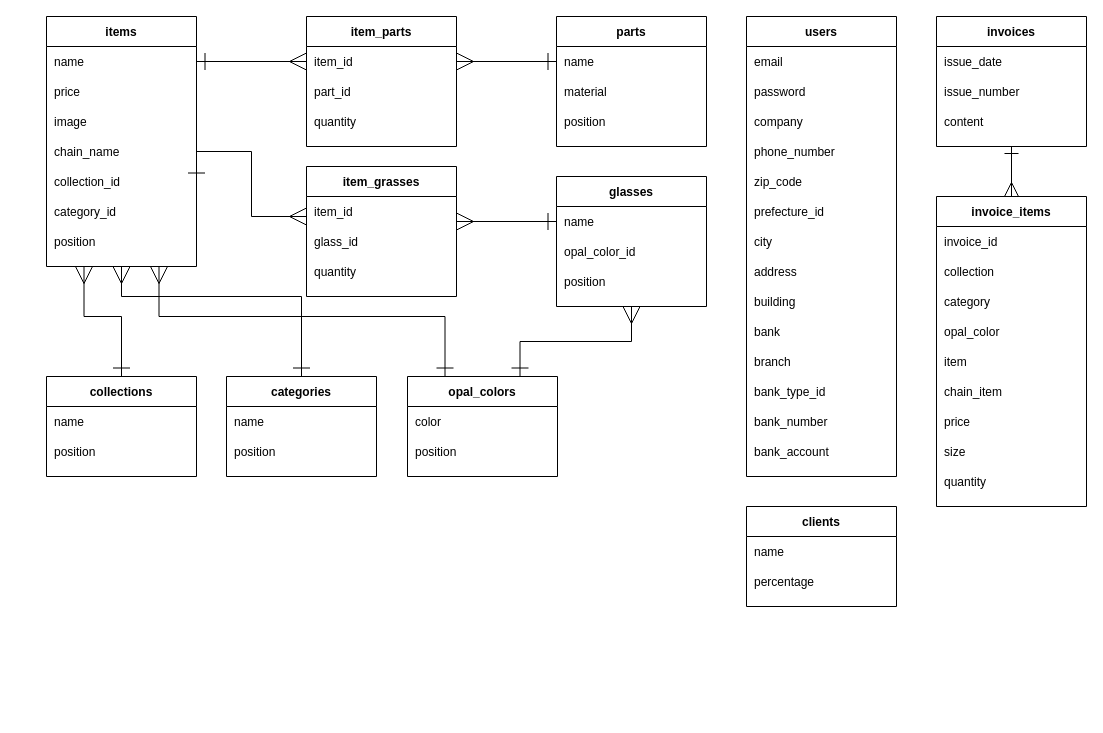
KentaroKageyama/aio_app keeps this draw.io diagram as ER.dio. Above is the earlier version. Source tidied: cells renumbered, new cells numbered last; positions are measured from the earlier drawing's top-left corner, leaving out a move shared by most shapes. Both pictures are drawn from the tidied source at 100%, with x=0, y=0 at pixel (46, 16).
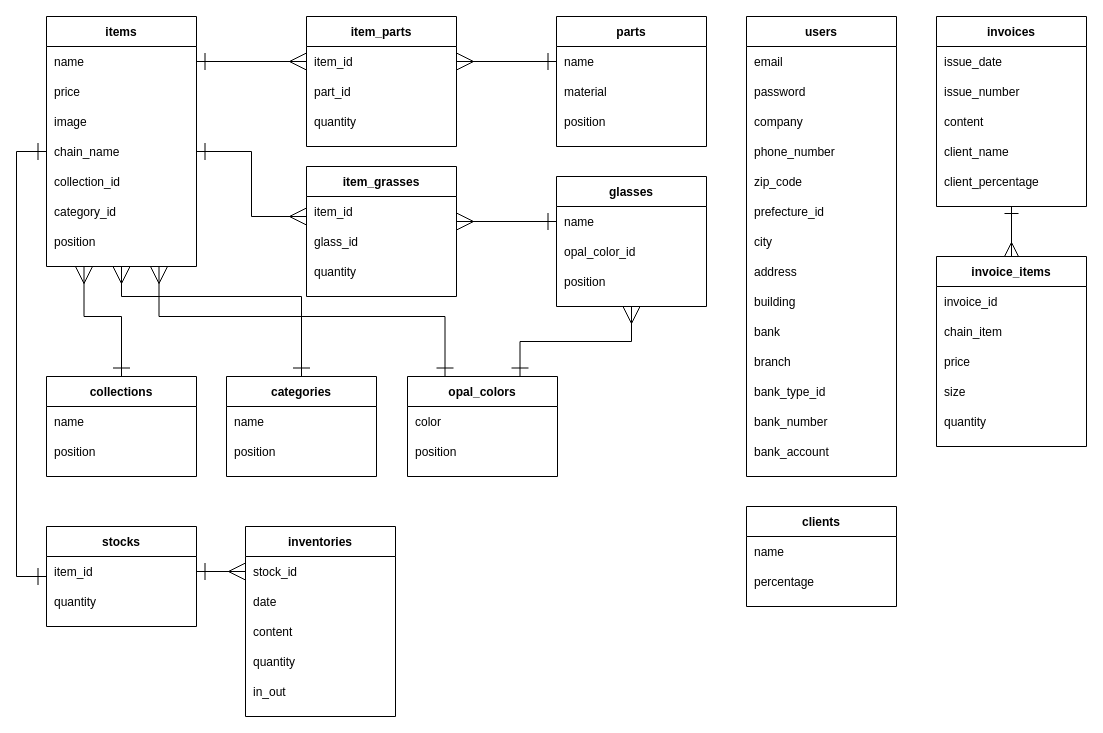
After the change.

Commit message (it also covers changes not shown here):
ER図・README編集

Unchanged cells that the change refers to:
```xml
<mxCell id="12" style="shape=partialRectangle;fillColor=none;top=0;left=0;bottom=0;right=0;points=[[0,0.5],[1,0.5]];portConstraint=eastwest;" parent="5" vertex="1">
  <mxGeometry y="120" width="150" height="30" as="geometry" />
</mxCell>
<mxCell id="14" style="shape=partialRectangle;fillColor=none;top=0;left=0;bottom=0;right=0;points=[[0,0.5],[1,0.5]];portConstraint=eastwest;" parent="5" vertex="1">
  <mxGeometry y="150" width="150" height="30" as="geometry" />
</mxCell>
```

Diff of the diagram source:
```diff
@@
-    <mxCell id="49" style="edgeStyle=orthogonalEdgeStyle;rounded=0;jettySize=auto;html=1;exitX=1;exitY=0.5;exitDx=0;exitDy=0;targetPerimeterSpacing=0;startArrow=ERone;startFill=0;endArrow=ERmany;endFill=0;endSize=15;startSize=15;" parent="1" edge="1" source="14">
+    <mxCell id="49" style="edgeStyle=orthogonalEdgeStyle;rounded=0;orthogonalLoop=1;jettySize=auto;html=1;targetPerimeterSpacing=0;startArrow=ERone;startFill=0;endArrow=ERmany;endFill=0;endSize=15;startSize=15;" parent="1" edge="1">
       <mxGeometry relative="1" as="geometry">
+        <mxPoint x="150" y="135" as="sourcePoint" />
         <mxPoint x="260" y="200" as="targetPoint" />
         <Array as="points">
           <mxPoint x="205" y="135" />
           <mxPoint x="205" y="200" />
         </Array>
       </mxGeometry>
     </mxCell>
@@
     <mxCell id="102" value="invoices" style="shape=table;startSize=30;childLayout=tableLayout;rowLines=0;fontStyle=1;align=center;" parent="1" vertex="1">
-      <mxGeometry x="890" width="150" height="130" as="geometry" />
+      <mxGeometry x="890" width="150" height="190" as="geometry" />
     </mxCell>
@@
+    <mxCell id="129" style="shape=partialRectangle;fillColor=none;top=0;left=0;bottom=0;right=0;" parent="102" vertex="1">
+      <mxGeometry y="120" width="150" height="30" as="geometry" />
+    </mxCell>
+    <mxCell id="130" value="client_name" style="shape=partialRectangle;fillColor=none;top=0;left=0;bottom=0;right=0;align=left;spacingLeft=6;overflow=hidden;" parent="129" vertex="1">
+      <mxGeometry width="150" height="30" as="geometry" />
+    </mxCell>
+    <mxCell id="131" style="shape=partialRectangle;fillColor=none;top=0;left=0;bottom=0;right=0;" parent="102" vertex="1">
+      <mxGeometry y="150" width="150" height="30" as="geometry" />
+    </mxCell>
+    <mxCell id="132" value="client_percentage" style="shape=partialRectangle;fillColor=none;top=0;left=0;bottom=0;right=0;align=left;spacingLeft=6;overflow=hidden;" parent="131" vertex="1">
+      <mxGeometry width="150" height="30" as="geometry" />
+    </mxCell>
     <mxCell id="109" value="invoice_items" style="shape=table;startSize=30;childLayout=tableLayout;rowLines=0;fontStyle=1;align=center;" parent="1" vertex="1">
-      <mxGeometry x="890" y="180" width="150" height="310" as="geometry" />
+      <mxGeometry x="890" y="240" width="150" height="190" as="geometry" />
     </mxCell>
@@
-    <mxCell id="112" style="shape=partialRectangle;fillColor=none;top=0;left=0;bottom=0;right=0;" parent="109" vertex="1">
-      <mxGeometry y="60" width="150" height="30" as="geometry" />
-    </mxCell>
-    <mxCell id="113" value="collection" style="shape=partialRectangle;fillColor=none;top=0;left=0;bottom=0;right=0;align=left;spacingLeft=6;overflow=hidden;" parent="112" vertex="1">
-      <mxGeometry width="150" height="30" as="geometry" />
-    </mxCell>
-    <mxCell id="114" style="shape=partialRectangle;fillColor=none;top=0;left=0;bottom=0;right=0;" parent="109" vertex="1">
-      <mxGeometry y="90" width="150" height="30" as="geometry" />
-    </mxCell>
-    <mxCell id="115" value="category" style="shape=partialRectangle;fillColor=none;top=0;left=0;bottom=0;right=0;align=left;spacingLeft=6;overflow=hidden;" parent="114" vertex="1">
-      <mxGeometry width="150" height="30" as="geometry" />
-    </mxCell>
-    <mxCell id="116" style="shape=partialRectangle;fillColor=none;top=0;left=0;bottom=0;right=0;" parent="109" vertex="1">
-      <mxGeometry y="120" width="150" height="30" as="geometry" />
-    </mxCell>
-    <mxCell id="117" value="opal_color" style="shape=partialRectangle;fillColor=none;top=0;left=0;bottom=0;right=0;align=left;spacingLeft=6;overflow=hidden;" parent="116" vertex="1">
-      <mxGeometry width="150" height="30" as="geometry" />
-    </mxCell>
-    <mxCell id="118" style="shape=partialRectangle;fillColor=none;top=0;left=0;bottom=0;right=0;" parent="109" vertex="1">
-      <mxGeometry y="150" width="150" height="30" as="geometry" />
-    </mxCell>
-    <mxCell id="119" value="item" style="shape=partialRectangle;fillColor=none;top=0;left=0;bottom=0;right=0;align=left;spacingLeft=6;overflow=hidden;" parent="118" vertex="1">
-      <mxGeometry width="150" height="30" as="geometry" />
-    </mxCell>
     <mxCell id="120" style="shape=partialRectangle;fillColor=none;top=0;left=0;bottom=0;right=0;" parent="109" vertex="1">
-      <mxGeometry y="180" width="150" height="30" as="geometry" />
+      <mxGeometry y="60" width="150" height="30" as="geometry" />
     </mxCell>
@@
     <mxCell id="122" style="shape=partialRectangle;fillColor=none;top=0;left=0;bottom=0;right=0;" parent="109" vertex="1">
-      <mxGeometry y="210" width="150" height="30" as="geometry" />
+      <mxGeometry y="90" width="150" height="30" as="geometry" />
     </mxCell>
@@
     <mxCell id="124" style="shape=partialRectangle;fillColor=none;top=0;left=0;bottom=0;right=0;" parent="109" vertex="1">
-      <mxGeometry y="240" width="150" height="30" as="geometry" />
+      <mxGeometry y="120" width="150" height="30" as="geometry" />
     </mxCell>
@@
     <mxCell id="126" style="shape=partialRectangle;fillColor=none;top=0;left=0;bottom=0;right=0;" parent="109" vertex="1">
-      <mxGeometry y="270" width="150" height="30" as="geometry" />
+      <mxGeometry y="150" width="150" height="30" as="geometry" />
     </mxCell>
@@
+    <mxCell id="133" value="stocks" style="shape=table;startSize=30;childLayout=tableLayout;rowLines=0;fontStyle=1;align=center;" parent="1" vertex="1">
+      <mxGeometry y="510" width="150" height="100" as="geometry" />
+    </mxCell>
+    <mxCell id="134" style="shape=partialRectangle;fillColor=none;top=0;left=0;bottom=0;right=0;points=[[0,0.5],[1,0.5]];portConstraint=eastwest;" parent="133" vertex="1">
+      <mxGeometry y="30" width="150" height="30" as="geometry" />
+    </mxCell>
+    <mxCell id="135" value="item_id" style="shape=partialRectangle;fillColor=none;top=0;left=0;bottom=0;right=0;align=left;spacingLeft=6;overflow=hidden;" parent="134" vertex="1">
+      <mxGeometry width="150" height="30" as="geometry" />
+    </mxCell>
+    <mxCell id="136" style="shape=partialRectangle;fillColor=none;top=0;left=0;bottom=0;right=0;" parent="133" vertex="1">
+      <mxGeometry y="60" width="150" height="30" as="geometry" />
+    </mxCell>
+    <mxCell id="137" value="quantity" style="shape=partialRectangle;fillColor=none;top=0;left=0;bottom=0;right=0;align=left;spacingLeft=6;overflow=hidden;" parent="136" vertex="1">
+      <mxGeometry width="150" height="30" as="geometry" />
+    </mxCell>
+    <mxCell id="138" value="inventories" style="shape=table;startSize=30;childLayout=tableLayout;rowLines=0;fontStyle=1;align=center;" parent="1" vertex="1">
+      <mxGeometry x="199" y="510" width="150" height="190" as="geometry" />
+    </mxCell>
+    <mxCell id="139" style="shape=partialRectangle;fillColor=none;top=0;left=0;bottom=0;right=0;points=[[0,0.5],[1,0.5]];portConstraint=eastwest;" parent="138" vertex="1">
+      <mxGeometry y="30" width="150" height="30" as="geometry" />
+    </mxCell>
+    <mxCell id="140" value="stock_id" style="shape=partialRectangle;fillColor=none;top=0;left=0;bottom=0;right=0;align=left;spacingLeft=6;overflow=hidden;" parent="139" vertex="1">
+      <mxGeometry width="150" height="30" as="geometry" />
+    </mxCell>
+    <mxCell id="141" style="shape=partialRectangle;fillColor=none;top=0;left=0;bottom=0;right=0;" parent="138" vertex="1">
+      <mxGeometry y="60" width="150" height="30" as="geometry" />
+    </mxCell>
+    <mxCell id="142" value="date" style="shape=partialRectangle;fillColor=none;top=0;left=0;bottom=0;right=0;align=left;spacingLeft=6;overflow=hidden;" parent="141" vertex="1">
+      <mxGeometry width="150" height="30" as="geometry" />
+    </mxCell>
+    <mxCell id="114" style="shape=partialRectangle;fillColor=none;top=0;left=0;bottom=0;right=0;" parent="138" vertex="1">
+      <mxGeometry y="90" width="150" height="30" as="geometry" />
+    </mxCell>
+    <mxCell id="143" value="content" style="shape=partialRectangle;fillColor=none;top=0;left=0;bottom=0;right=0;align=left;spacingLeft=6;overflow=hidden;" parent="114" vertex="1">
+      <mxGeometry width="150" height="30" as="geometry" />
+    </mxCell>
+    <mxCell id="144" style="shape=partialRectangle;fillColor=none;top=0;left=0;bottom=0;right=0;" parent="138" vertex="1">
+      <mxGeometry y="120" width="150" height="30" as="geometry" />
+    </mxCell>
+    <mxCell id="145" value="quantity" style="shape=partialRectangle;fillColor=none;top=0;left=0;bottom=0;right=0;align=left;spacingLeft=6;overflow=hidden;" parent="144" vertex="1">
+      <mxGeometry width="150" height="30" as="geometry" />
+    </mxCell>
+    <mxCell id="146" style="shape=partialRectangle;fillColor=none;top=0;left=0;bottom=0;right=0;" parent="138" vertex="1">
+      <mxGeometry y="150" width="150" height="30" as="geometry" />
+    </mxCell>
+    <mxCell id="147" value="in_out" style="shape=partialRectangle;fillColor=none;top=0;left=0;bottom=0;right=0;align=left;spacingLeft=6;overflow=hidden;" parent="146" vertex="1">
+      <mxGeometry width="150" height="30" as="geometry" />
+    </mxCell>
+    <mxCell id="148" style="edgeStyle=orthogonalEdgeStyle;rounded=0;jettySize=auto;html=1;exitX=1;exitY=0.5;exitDx=0;exitDy=0;entryX=0;entryY=0.5;entryDx=0;entryDy=0;endSize=15;startSize=15;endArrow=ERmany;endFill=0;startArrow=ERone;startFill=0;" parent="1" edge="1" source="134" target="139">
+      <mxGeometry relative="1" as="geometry" />
+    </mxCell>
+    <mxCell id="149" style="edgeStyle=orthogonalEdgeStyle;rounded=0;jettySize=auto;html=1;exitX=0;exitY=0.5;exitDx=0;exitDy=0;startArrow=ERone;startFill=0;startSize=15;endArrow=ERone;endFill=0;endSize=15;" parent="1" edge="1" source="12">
+      <mxGeometry relative="1" as="geometry">
+        <mxPoint y="560" as="targetPoint" />
+        <Array as="points">
+          <mxPoint x="-30" y="135" />
+          <mxPoint x="-30" y="560" />
+          <mxPoint y="560" />
+        </Array>
+      </mxGeometry>
+    </mxCell>
```
